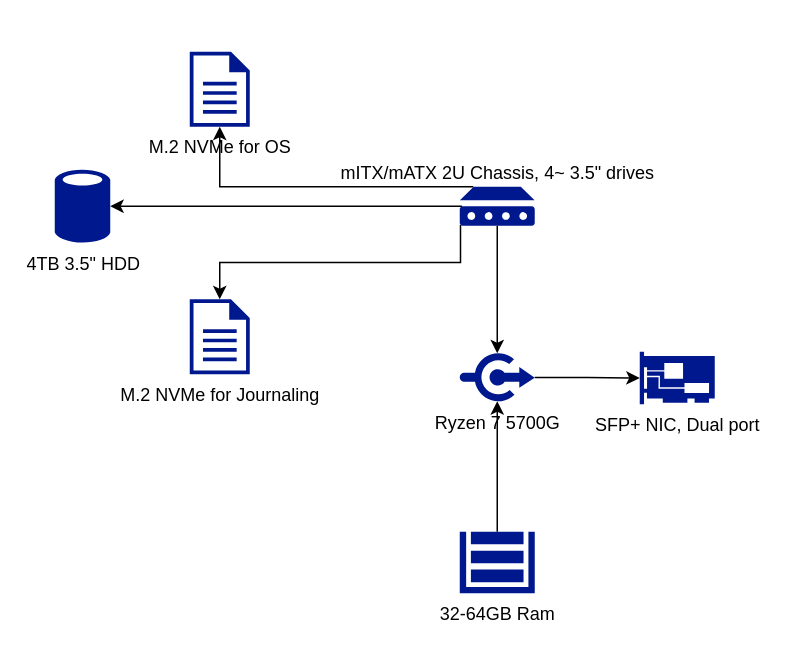
The draw.io diagram page "Ceph-3" (6 of 7) of Homelab Diagram.drawio in JPLamb193/Homelab, before the edit. Source tidied: cells renumbered, new cells numbered last; positions are measured from the earlier drawing's top-left corner, leaving out a move shared by most shapes. Both pictures are drawn from the tidied source at 150%, with x=0, y=0 at pixel (54, 51).
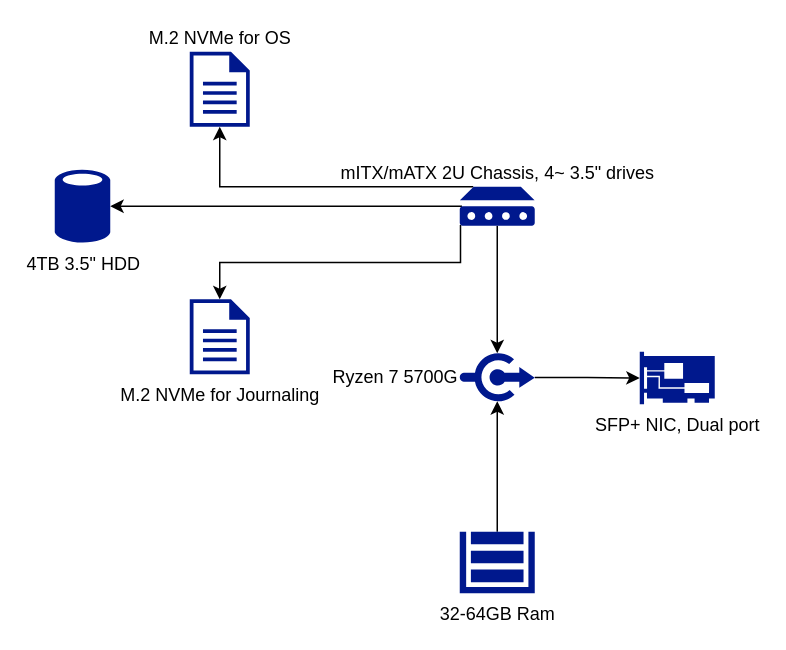
After the change.

Diff of the diagram source:
```diff
@@
 <mxGraphModel>
   <root>
     <mxCell id="0" />
     <mxCell id="1" parent="0" />
     <mxCell id="2" value="SFP+ NIC, Dual port" style="sketch=0;shadow=0;dashed=0;html=1;strokeColor=none;labelPosition=center;verticalLabelPosition=bottom;verticalAlign=top;align=center;fillColor=#00188D;shape=mxgraph.mscae.enterprise.network_card;" parent="1" vertex="1">
       <mxGeometry x="390" y="200" width="50" height="35" as="geometry" />
     </mxCell>
     <mxCell id="3" style="edgeStyle=orthogonalEdgeStyle;rounded=0;jettySize=auto;html=1;exitX=0.5;exitY=1;exitDx=0;exitDy=0;exitPerimeter=0;entryX=0.5;entryY=0.03;entryDx=0;entryDy=0;entryPerimeter=0;" parent="1" edge="1" source="7" target="9">
       <mxGeometry relative="1" as="geometry" />
     </mxCell>
     <mxCell id="4" style="edgeStyle=orthogonalEdgeStyle;rounded=0;jettySize=auto;html=1;exitX=0.03;exitY=0.5;exitDx=0;exitDy=0;exitPerimeter=0;" parent="1" edge="1" source="7" target="10">
       <mxGeometry relative="1" as="geometry" />
     </mxCell>
     <mxCell id="5" style="edgeStyle=orthogonalEdgeStyle;rounded=0;jettySize=auto;html=1;exitX=0.01;exitY=0.98;exitDx=0;exitDy=0;exitPerimeter=0;entryX=0.5;entryY=0;entryDx=0;entryDy=0;entryPerimeter=0;" parent="1" edge="1" source="7" target="12">
       <mxGeometry relative="1" as="geometry" />
     </mxCell>
     <mxCell id="6" style="edgeStyle=orthogonalEdgeStyle;rounded=0;jettySize=auto;html=1;exitX=0.18;exitY=0;exitDx=0;exitDy=0;exitPerimeter=0;" parent="1" edge="1" source="7" target="11">
       <mxGeometry relative="1" as="geometry">
         <Array as="points">
           <mxPoint x="110" y="90" />
         </Array>
       </mxGeometry>
     </mxCell>
     <mxCell id="7" value="mITX/mATX 2U Chassis, 4~ 3.5&quot; drives" style="sketch=0;shadow=0;dashed=0;html=1;strokeColor=none;labelPosition=center;verticalLabelPosition=top;verticalAlign=bottom;align=center;fillColor=#00188D;shape=mxgraph.mscae.enterprise.device;" parent="1" vertex="1">
       <mxGeometry x="270" y="90" width="50" height="26" as="geometry" />
     </mxCell>
     <mxCell id="8" style="edgeStyle=orthogonalEdgeStyle;rounded=0;jettySize=auto;html=1;exitX=1;exitY=0.505;exitDx=0;exitDy=0;exitPerimeter=0;" parent="1" edge="1" source="9" target="2">
       <mxGeometry relative="1" as="geometry" />
     </mxCell>
-    <mxCell id="9" value="Ryzen 7 5700G" style="sketch=0;shadow=0;dashed=0;html=1;strokeColor=none;labelPosition=center;verticalLabelPosition=bottom;verticalAlign=top;align=center;fillColor=#00188D;shape=mxgraph.mscae.enterprise.connectors;" parent="1" vertex="1">
+    <mxCell id="9" value="Ryzen 7 5700G" style="sketch=0;shadow=0;dashed=0;html=1;strokeColor=none;labelPosition=left;verticalLabelPosition=middle;verticalAlign=middle;align=right;fillColor=#00188D;shape=mxgraph.mscae.enterprise.connectors;" parent="1" vertex="1">
       <mxGeometry x="270" y="200" width="50" height="34" as="geometry" />
     </mxCell>
     <mxCell id="10" value="4TB 3.5&quot; HDD" style="sketch=0;shadow=0;dashed=0;html=1;strokeColor=none;labelPosition=center;verticalLabelPosition=bottom;verticalAlign=top;align=center;fillColor=#00188D;shape=mxgraph.mscae.enterprise.database_generic;" parent="1" vertex="1">
       <mxGeometry y="78" width="37" height="50" as="geometry" />
     </mxCell>
-    <mxCell id="11" value="M.2 NVMe for OS" style="sketch=0;shadow=0;dashed=0;html=1;strokeColor=none;labelPosition=center;verticalLabelPosition=bottom;verticalAlign=top;align=center;fillColor=#00188D;shape=mxgraph.mscae.enterprise.document;" parent="1" vertex="1">
+    <mxCell id="11" value="M.2 NVMe for OS" style="sketch=0;shadow=0;dashed=0;html=1;strokeColor=none;labelPosition=center;verticalLabelPosition=top;verticalAlign=bottom;align=center;fillColor=#00188D;shape=mxgraph.mscae.enterprise.document;" parent="1" vertex="1">
       <mxGeometry x="90" width="40" height="50" as="geometry" />
     </mxCell>
     <mxCell id="12" value="M.2 NVMe for Journaling" style="sketch=0;shadow=0;dashed=0;html=1;strokeColor=none;labelPosition=center;verticalLabelPosition=bottom;verticalAlign=top;align=center;fillColor=#00188D;shape=mxgraph.mscae.enterprise.document;" parent="1" vertex="1">
       <mxGeometry x="90" y="165" width="40" height="50" as="geometry" />
     </mxCell>
     <mxCell id="13" style="edgeStyle=orthogonalEdgeStyle;rounded=0;jettySize=auto;html=1;exitX=0.5;exitY=0;exitDx=0;exitDy=0;exitPerimeter=0;entryX=0.5;entryY=0.97;entryDx=0;entryDy=0;entryPerimeter=0;" parent="1" edge="1" source="14" target="9">
       <mxGeometry relative="1" as="geometry" />
     </mxCell>
     <mxCell id="14" value="32-64GB Ram" style="sketch=0;shadow=0;dashed=0;html=1;strokeColor=none;labelPosition=center;verticalLabelPosition=bottom;verticalAlign=top;align=center;fillColor=#00188D;shape=mxgraph.mscae.enterprise.storage;" parent="1" vertex="1">
       <mxGeometry x="270" y="320" width="50" height="41" as="geometry" />
     </mxCell>
   </root>
 </mxGraphModel>
```
